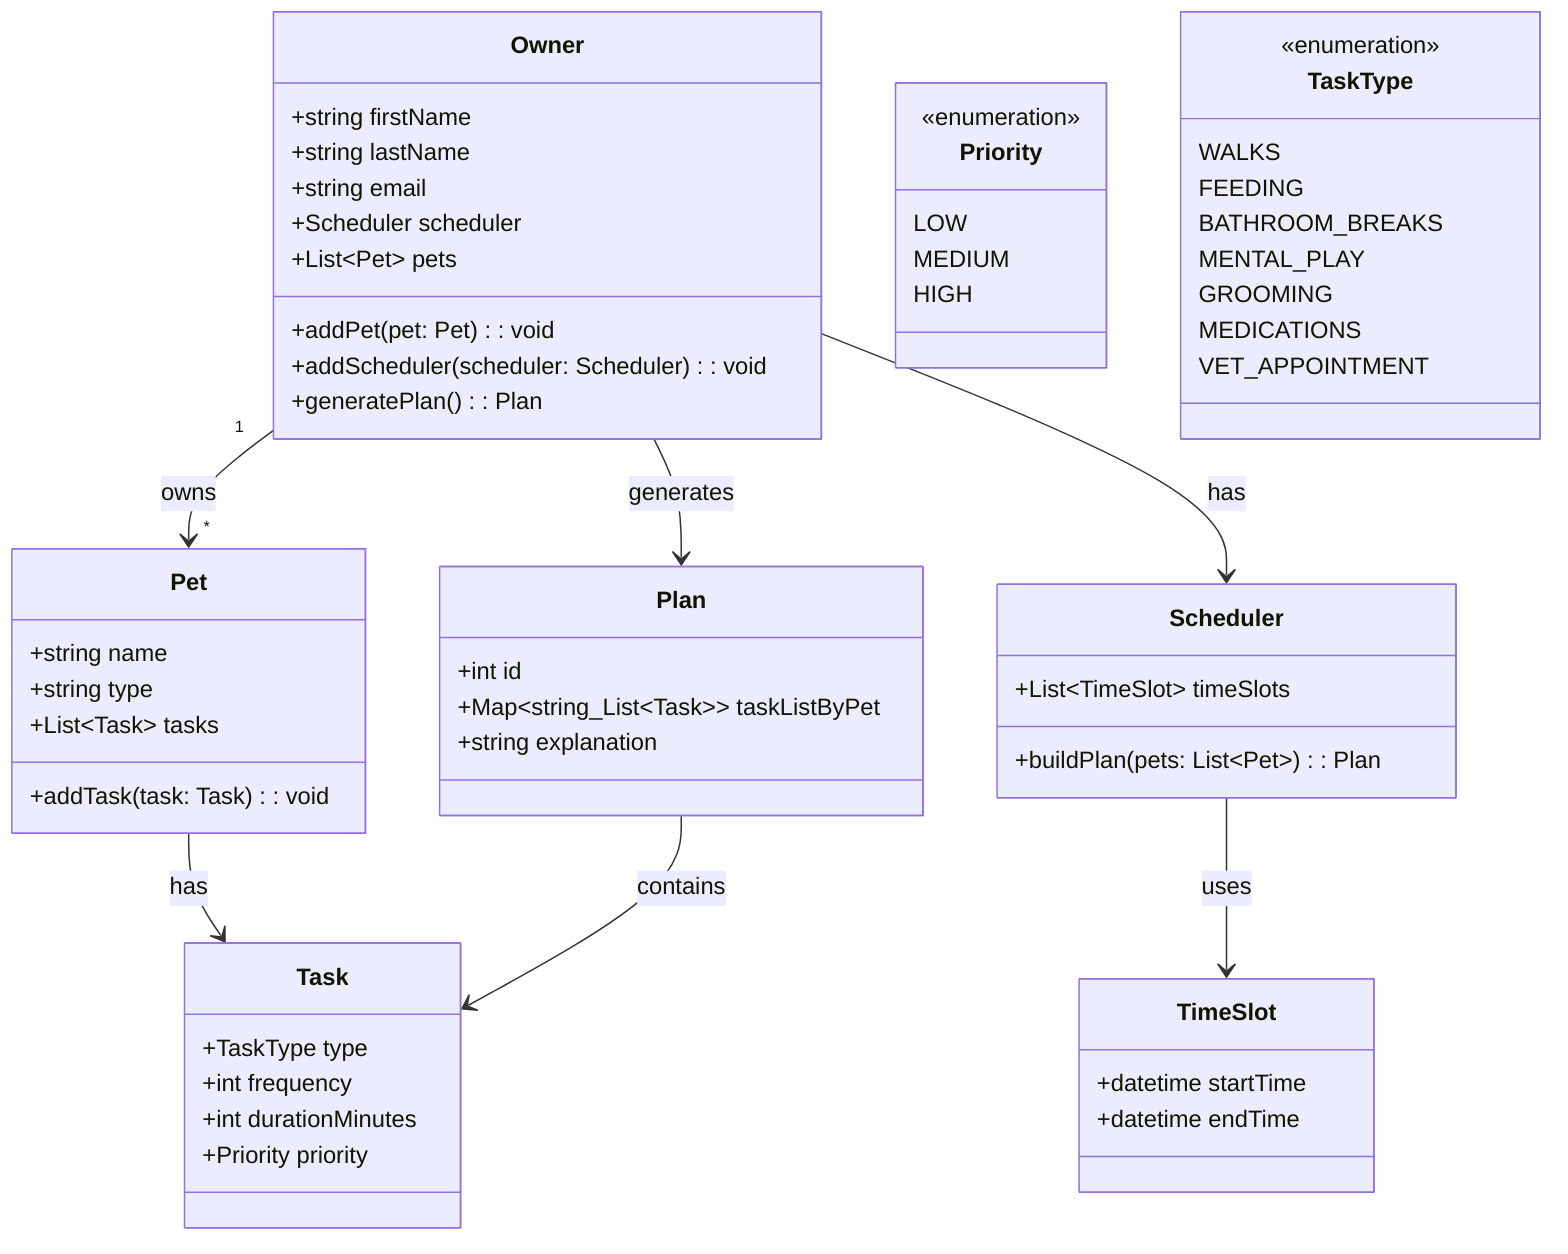
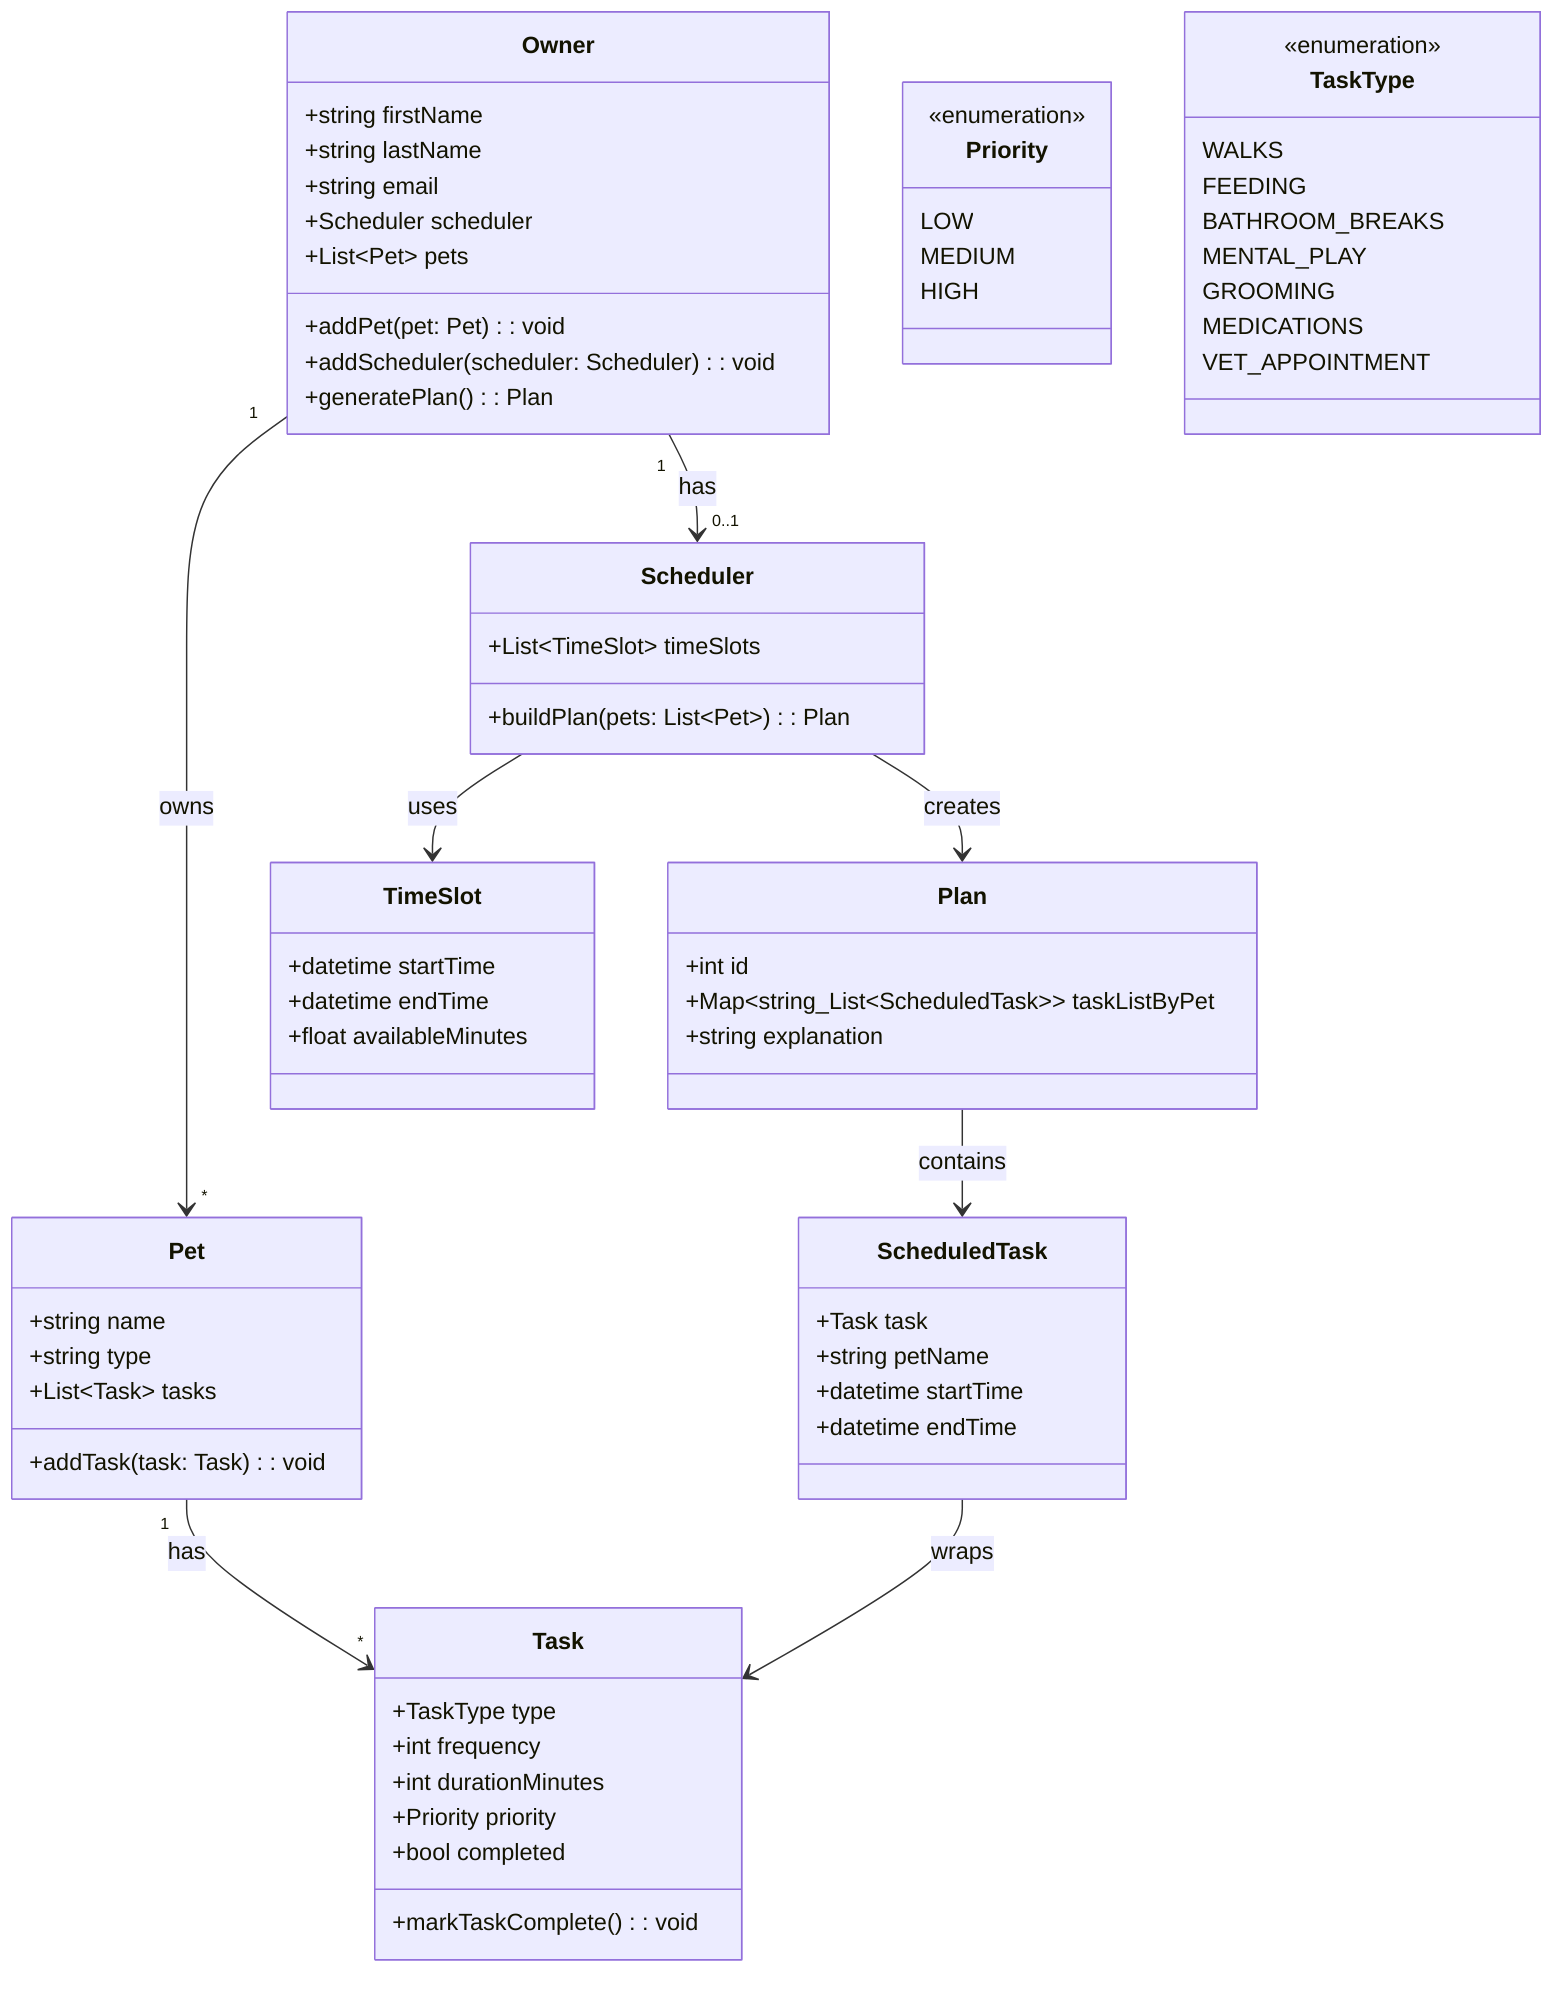
classDiagram
    class Owner {
        +string firstName
        +string lastName
        +string email
        +Scheduler scheduler
        +List~Pet~ pets
        +addPet(pet: Pet): void
        +addScheduler(scheduler: Scheduler): void
        +generatePlan(): Plan
    }

    class Pet {
        +string name
        +string type
        +List~Task~ tasks
        +addTask(task: Task): void
    }

    class Task {
        +TaskType type
        +int frequency
        +int durationMinutes
        +Priority priority
+         +bool completed
+         +markTaskComplete(): void
    }

    class Priority {
        <<enumeration>>
        LOW
        MEDIUM
        HIGH
    }

    class TaskType {
        <<enumeration>>
        WALKS
        FEEDING
        BATHROOM_BREAKS
        MENTAL_PLAY
        GROOMING
        MEDICATIONS
        VET_APPOINTMENT
    }

    class TimeSlot {
        +datetime startTime
        +datetime endTime
+         +float availableMinutes
    }

    class Scheduler {
        +List~TimeSlot~ timeSlots
        +buildPlan(pets: List~Pet~): Plan
    }

    class Plan {
        +int id
-         +Map~string_List~Task~~ taskListByPet
+         +Map~string_List~ScheduledTask~~ taskListByPet
        +string explanation
    }

+     class ScheduledTask {
+         +Task task
+         +string petName
+         +datetime startTime
+         +datetime endTime
+     }
+ 
    Owner "1" --> "*" Pet : owns
-     Pet --> Task : has
-     Owner --> Scheduler : has
+     Pet "1" --> "*" Task : has
+     Owner "1" --> "0..1" Scheduler : has
    Scheduler --> TimeSlot : uses
-     Owner --> Plan : generates
-     Plan --> Task : contains
+     Scheduler --> Plan : creates
+     Plan --> ScheduledTask : contains
+     ScheduledTask --> Task : wraps
